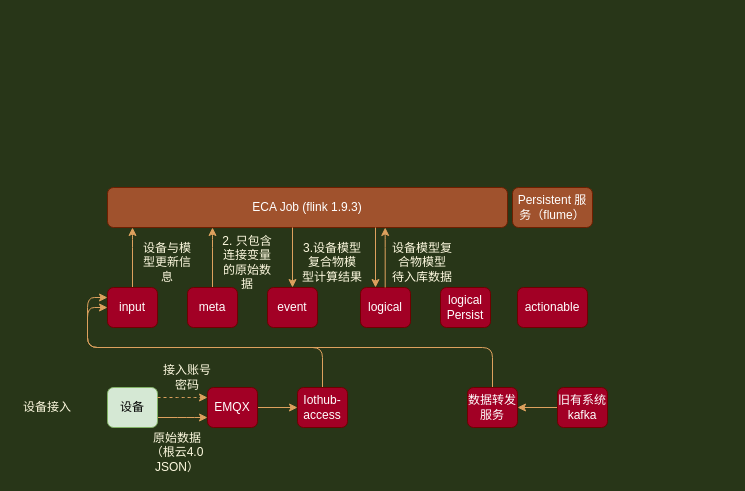
Before: 4.0数据链路eca 的副本.drawio in andrew8899/test, a draw.io diagram. Source tidied: cells renumbered, new cells numbered last; positions are measured from the earlier drawing's top-left corner, leaving out a move shared by most shapes. Both pictures are drawn from the tidied source at 100%, with x=0, y=0 at pixel (17, 187).
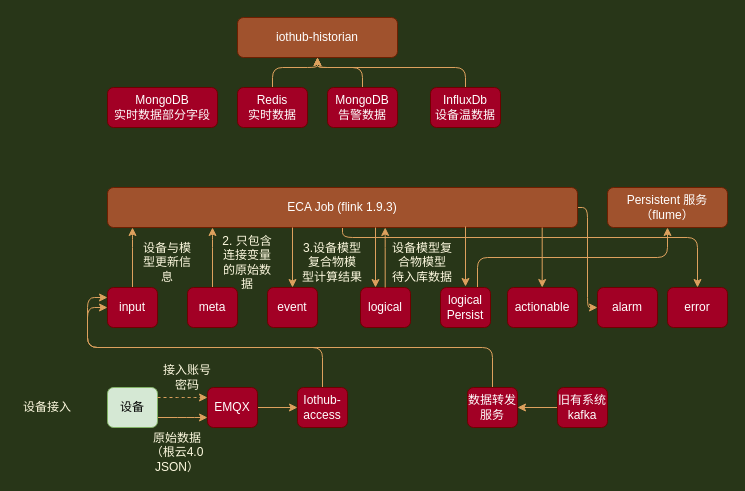
The same diagram, later.

Commit message:
更新4.0数据链路eca 的副本.drawio

The change refers to these unchanged cells:
```xml
<mxCell id="20" value="event" style="rounded=1;whiteSpace=wrap;html=1;fontSize=12;glass=0;strokeWidth=1;shadow=0;fillColor=#a20025;strokeColor=#6F0000;fontColor=#ffffff;" parent="1" vertex="1">
  <mxGeometry x="250" y="100" width="50" height="40" as="geometry" />
</mxCell>
<mxCell id="22" value="logical Persist" style="rounded=1;whiteSpace=wrap;html=1;fontSize=12;glass=0;strokeWidth=1;shadow=0;fillColor=#a20025;strokeColor=#6F0000;fontColor=#ffffff;" parent="1" vertex="1">
  <mxGeometry x="423" y="100" width="50" height="40" as="geometry" />
</mxCell>
```

The edit, as a diff of the source:
```diff
@@
-    <mxCell id="7" style="edgeStyle=orthogonalEdgeStyle;curved=0;rounded=1;sketch=0;orthogonalLoop=1;jettySize=auto;html=1;fontColor=#FEFAE0;strokeColor=#DDA15E;fillColor=#BC6C25;dashed=1;" parent="1" edge="1">
-      <mxGeometry relative="1" as="geometry">
-        <mxPoint x="140" y="210" as="sourcePoint" />
-        <mxPoint x="190" y="210" as="targetPoint" />
-        <Array as="points">
-          <mxPoint x="170" y="210" />
-          <mxPoint x="170" y="210" />
-        </Array>
-      </mxGeometry>
-    </mxCell>
+    <mxCell id="33" style="edgeStyle=orthogonalEdgeStyle;curved=0;rounded=1;sketch=0;orthogonalLoop=1;jettySize=auto;html=1;fontColor=#FEFAE0;strokeColor=#DDA15E;fillColor=#BC6C25;dashed=1;" parent="1" edge="1">
+      <mxGeometry relative="1" as="geometry">
+        <mxPoint x="140" y="210" as="sourcePoint" />
+        <mxPoint x="190" y="210" as="targetPoint" />
+        <Array as="points">
+          <mxPoint x="170" y="210" />
+          <mxPoint x="170" y="210" />
+        </Array>
+      </mxGeometry>
+    </mxCell>
@@
+    <mxCell id="34" style="edgeStyle=orthogonalEdgeStyle;rounded=1;sketch=0;jettySize=auto;html=1;entryX=0.5;entryY=1;entryDx=0;entryDy=0;fontColor=#FEFAE0;strokeColor=#DDA15E;fillColor=#BC6C25;" parent="1" edge="1" source="22" target="25">
+      <mxGeometry relative="1" as="geometry">
+        <Array as="points">
+          <mxPoint x="460" y="70" />
+          <mxPoint x="650" y="70" />
+        </Array>
+      </mxGeometry>
+    </mxCell>
@@
     <mxCell id="23" value="actionable" style="rounded=1;whiteSpace=wrap;html=1;fontSize=12;glass=0;strokeWidth=1;shadow=0;fillColor=#a20025;strokeColor=#6F0000;fontColor=#ffffff;" parent="1" vertex="1">
-      <mxGeometry x="500" y="100" width="70" height="40" as="geometry" />
+      <mxGeometry x="490" y="100" width="70" height="40" as="geometry" />
     </mxCell>
+    <mxCell id="35" style="edgeStyle=orthogonalEdgeStyle;sketch=0;jettySize=auto;html=1;entryX=0;entryY=0.5;entryDx=0;entryDy=0;fontColor=#FEFAE0;strokeColor=#DDA15E;fillColor=#BC6C25;rounded=1;" parent="1" edge="1" source="24" target="42">
+      <mxGeometry relative="1" as="geometry">
+        <Array as="points">
+          <mxPoint x="570" y="20" />
+          <mxPoint x="570" y="120" />
+        </Array>
+      </mxGeometry>
+    </mxCell>
+    <mxCell id="36" style="edgeStyle=orthogonalEdgeStyle;rounded=1;sketch=0;jettySize=auto;html=1;entryX=0.5;entryY=0;entryDx=0;entryDy=0;fontColor=#FEFAE0;strokeColor=#DDA15E;fillColor=#BC6C25;" parent="1" edge="1" source="24" target="43">
+      <mxGeometry relative="1" as="geometry">
+        <Array as="points">
+          <mxPoint x="325" y="50" />
+          <mxPoint x="680" y="50" />
+        </Array>
+      </mxGeometry>
+    </mxCell>
     <mxCell id="24" value="ECA Job (flink 1.9.3)" style="rounded=1;whiteSpace=wrap;html=1;fontSize=12;glass=0;strokeWidth=1;shadow=0;fillColor=#a0522d;strokeColor=#6D1F00;fontColor=#ffffff;" parent="1" vertex="1">
-      <mxGeometry x="90" width="400" height="40" as="geometry" />
+      <mxGeometry x="90" width="470" height="40" as="geometry" />
     </mxCell>
     <mxCell id="25" value="Persistent 服务（flume）" style="rounded=1;whiteSpace=wrap;html=1;fontSize=12;glass=0;strokeWidth=1;shadow=0;fillColor=#a0522d;strokeColor=#6D1F00;fontColor=#ffffff;" parent="1" vertex="1">
-      <mxGeometry x="495" width="80" height="40" as="geometry" />
+      <mxGeometry x="590" width="120" height="40" as="geometry" />
     </mxCell>
@@
-    <mxCell id="28" style="edgeStyle=orthogonalEdgeStyle;curved=0;rounded=1;sketch=0;jettySize=auto;html=1;fontColor=#FEFAE0;strokeColor=#DDA15E;fillColor=#BC6C25;entryX=0.5;entryY=0;entryDx=0;entryDy=0;" parent="1" edge="1" target="20">
-      <mxGeometry relative="1" as="geometry">
-        <mxPoint x="275" y="40" as="sourcePoint" />
-        <Array as="points">
-          <mxPoint x="275" y="40" />
-        </Array>
-      </mxGeometry>
-    </mxCell>
+    <mxCell id="37" style="edgeStyle=orthogonalEdgeStyle;curved=0;rounded=1;sketch=0;jettySize=auto;html=1;fontColor=#FEFAE0;strokeColor=#DDA15E;fillColor=#BC6C25;entryX=0.5;entryY=0;entryDx=0;entryDy=0;" parent="1" edge="1" target="20">
+      <mxGeometry relative="1" as="geometry">
+        <mxPoint x="275" y="40" as="sourcePoint" />
+        <Array as="points">
+          <mxPoint x="275" y="40" />
+        </Array>
+      </mxGeometry>
+    </mxCell>
@@
-    <mxCell id="30" style="edgeStyle=orthogonalEdgeStyle;curved=0;rounded=1;sketch=0;orthogonalLoop=1;jettySize=auto;html=1;fontColor=#FEFAE0;strokeColor=#DDA15E;fillColor=#BC6C25;" parent="1" edge="1">
-      <mxGeometry relative="1" as="geometry">
-        <mxPoint x="367.7" y="100" as="sourcePoint" />
-        <mxPoint x="367.7" y="40" as="targetPoint" />
-        <Array as="points">
-          <mxPoint x="367.7" y="50" />
-          <mxPoint x="367.7" y="50" />
-        </Array>
-      </mxGeometry>
-    </mxCell>
-    <mxCell id="31" style="edgeStyle=orthogonalEdgeStyle;curved=0;rounded=1;sketch=0;orthogonalLoop=1;jettySize=auto;html=1;fontColor=#FEFAE0;strokeColor=#DDA15E;fillColor=#BC6C25;entryX=0.5;entryY=0;entryDx=0;entryDy=0;" parent="1" edge="1">
-      <mxGeometry relative="1" as="geometry">
-        <mxPoint x="358" y="40" as="sourcePoint" />
-        <mxPoint x="358" y="100" as="targetPoint" />
-        <Array as="points">
-          <mxPoint x="358" y="40" />
-        </Array>
-      </mxGeometry>
-    </mxCell>
+    <mxCell id="38" style="edgeStyle=orthogonalEdgeStyle;curved=0;rounded=1;sketch=0;orthogonalLoop=1;jettySize=auto;html=1;fontColor=#FEFAE0;strokeColor=#DDA15E;fillColor=#BC6C25;" parent="1" edge="1">
+      <mxGeometry relative="1" as="geometry">
+        <mxPoint x="367.7" y="100" as="sourcePoint" />
+        <mxPoint x="367.7" y="40" as="targetPoint" />
+        <Array as="points">
+          <mxPoint x="367.7" y="50" />
+          <mxPoint x="367.7" y="50" />
+        </Array>
+      </mxGeometry>
+    </mxCell>
+    <mxCell id="39" style="edgeStyle=orthogonalEdgeStyle;curved=0;rounded=1;sketch=0;orthogonalLoop=1;jettySize=auto;html=1;fontColor=#FEFAE0;strokeColor=#DDA15E;fillColor=#BC6C25;entryX=0.5;entryY=0;entryDx=0;entryDy=0;" parent="1" edge="1">
+      <mxGeometry relative="1" as="geometry">
+        <mxPoint x="358" y="40" as="sourcePoint" />
+        <mxPoint x="358" y="100" as="targetPoint" />
+        <Array as="points">
+          <mxPoint x="358" y="40" />
+        </Array>
+      </mxGeometry>
+    </mxCell>
@@
+    <mxCell id="40" style="edgeStyle=orthogonalEdgeStyle;curved=0;rounded=1;sketch=0;orthogonalLoop=1;jettySize=auto;html=1;fontColor=#FEFAE0;strokeColor=#DDA15E;fillColor=#BC6C25;entryX=0.5;entryY=0;entryDx=0;entryDy=0;" parent="1" edge="1">
+      <mxGeometry relative="1" as="geometry">
+        <mxPoint x="448" y="39" as="sourcePoint" />
+        <mxPoint x="448" y="99" as="targetPoint" />
+        <Array as="points">
+          <mxPoint x="448" y="39" />
+        </Array>
+      </mxGeometry>
+    </mxCell>
+    <mxCell id="41" style="edgeStyle=orthogonalEdgeStyle;curved=0;rounded=1;sketch=0;orthogonalLoop=1;jettySize=auto;html=1;fontColor=#FEFAE0;strokeColor=#DDA15E;fillColor=#BC6C25;entryX=0.5;entryY=0;entryDx=0;entryDy=0;" parent="1" edge="1">
+      <mxGeometry relative="1" as="geometry">
+        <mxPoint x="524.7" y="40" as="sourcePoint" />
+        <mxPoint x="524.7" y="100" as="targetPoint" />
+        <Array as="points">
+          <mxPoint x="524.7" y="40" />
+        </Array>
+      </mxGeometry>
+    </mxCell>
+    <mxCell id="42" value="alarm" style="rounded=1;whiteSpace=wrap;html=1;fontSize=12;glass=0;strokeWidth=1;shadow=0;fillColor=#a20025;strokeColor=#6F0000;fontColor=#ffffff;" parent="1" vertex="1">
+      <mxGeometry x="580" y="100" width="60" height="40" as="geometry" />
+    </mxCell>
+    <mxCell id="43" value="error" style="rounded=1;whiteSpace=wrap;html=1;fontSize=12;glass=0;strokeWidth=1;shadow=0;fillColor=#a20025;strokeColor=#6F0000;fontColor=#ffffff;" parent="1" vertex="1">
+      <mxGeometry x="650" y="100" width="60" height="40" as="geometry" />
+    </mxCell>
+    <mxCell id="44" value="MongoDB&lt;br&gt;实时数据部分字段" style="rounded=1;whiteSpace=wrap;html=1;fontSize=12;glass=0;strokeWidth=1;shadow=0;fillColor=#a20025;strokeColor=#6F0000;fontColor=#ffffff;" parent="1" vertex="1">
+      <mxGeometry x="90" y="-100" width="110" height="40" as="geometry" />
+    </mxCell>
+    <mxCell id="45" style="edgeStyle=orthogonalEdgeStyle;rounded=1;sketch=0;jettySize=auto;html=1;fontColor=#FEFAE0;strokeColor=#DDA15E;fillColor=#BC6C25;" parent="1" edge="1" source="46" target="49">
+      <mxGeometry relative="1" as="geometry" />
+    </mxCell>
+    <mxCell id="46" value="Redis&lt;br&gt;实时数据" style="rounded=1;whiteSpace=wrap;html=1;fontSize=12;glass=0;strokeWidth=1;shadow=0;fillColor=#a20025;strokeColor=#6F0000;fontColor=#ffffff;" parent="1" vertex="1">
+      <mxGeometry x="220" y="-100" width="70" height="40" as="geometry" />
+    </mxCell>
+    <mxCell id="47" style="edgeStyle=orthogonalEdgeStyle;rounded=1;sketch=0;jettySize=auto;html=1;fontColor=#FEFAE0;strokeColor=#DDA15E;fillColor=#BC6C25;" parent="1" edge="1" source="48" target="49">
+      <mxGeometry relative="1" as="geometry" />
+    </mxCell>
+    <mxCell id="48" value="MongoDB&lt;br&gt;告警数据" style="rounded=1;whiteSpace=wrap;html=1;fontSize=12;glass=0;strokeWidth=1;shadow=0;fillColor=#a20025;strokeColor=#6F0000;fontColor=#ffffff;" parent="1" vertex="1">
+      <mxGeometry x="310" y="-100" width="70" height="40" as="geometry" />
+    </mxCell>
+    <mxCell id="49" value="iothub-historian" style="rounded=1;whiteSpace=wrap;html=1;fontSize=12;glass=0;strokeWidth=1;shadow=0;fillColor=#a0522d;strokeColor=#6D1F00;fontColor=#ffffff;" parent="1" vertex="1">
+      <mxGeometry x="220" y="-170" width="160" height="40" as="geometry" />
+    </mxCell>
+    <mxCell id="50" style="edgeStyle=orthogonalEdgeStyle;rounded=1;sketch=0;jettySize=auto;html=1;entryX=0.5;entryY=1;entryDx=0;entryDy=0;fontColor=#FEFAE0;strokeColor=#DDA15E;fillColor=#BC6C25;" parent="1" edge="1" source="51" target="49">
+      <mxGeometry relative="1" as="geometry">
+        <Array as="points">
+          <mxPoint x="448" y="-120" />
+          <mxPoint x="300" y="-120" />
+        </Array>
+      </mxGeometry>
+    </mxCell>
+    <mxCell id="51" value="InfluxDb&lt;br&gt;设备温数据" style="rounded=1;whiteSpace=wrap;html=1;fontSize=12;glass=0;strokeWidth=1;shadow=0;fillColor=#a20025;strokeColor=#6F0000;fontColor=#ffffff;" parent="1" vertex="1">
+      <mxGeometry x="413" y="-100" width="70" height="40" as="geometry" />
+    </mxCell>
```
